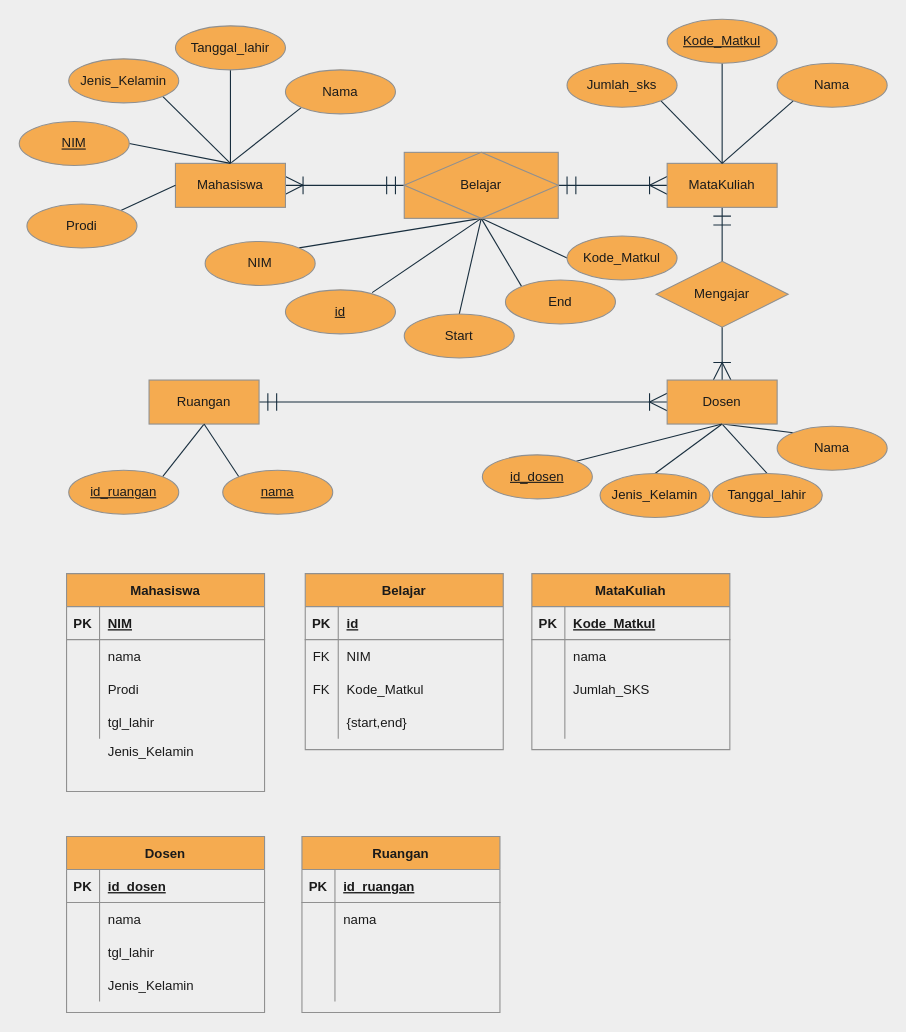
Above: P1/perkuliahan1.drawio in nanwp/BasDat (draw.io), before the change. Source tidied: cells renumbered, new cells numbered last; positions are measured from the earlier drawing's top-left corner, leaving out a move shared by most shapes. Both pictures are drawn from the tidied source at 110%, with x=0, y=0 at pixel (19, 19).
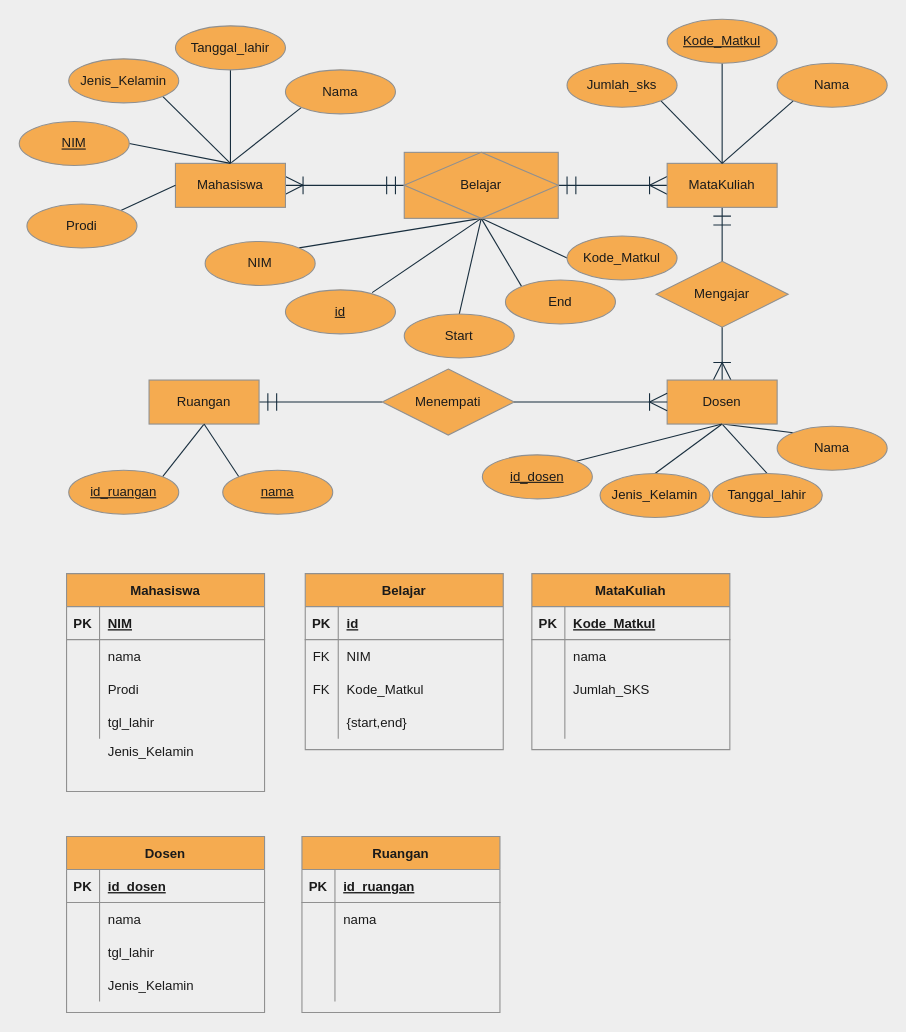
The same diagram, later.

Unchanged cells that the change refers to:
```xml
<mxCell id="18" value="Dosen" style="whiteSpace=wrap;html=1;align=center;hachureGap=4;fontColor=#1A1A1A;strokeColor=#909090;fillColor=#F5AB50;" parent="1" vertex="1">
  <mxGeometry x="589" y="328" width="100" height="40" as="geometry" />
</mxCell>
<mxCell id="44" value="Ruangan" style="whiteSpace=wrap;html=1;align=center;hachureGap=4;fontColor=#1A1A1A;strokeColor=#909090;fillColor=#F5AB50;" parent="1" vertex="1">
  <mxGeometry x="118" y="328" width="100" height="40" as="geometry" />
</mxCell>
```

Diff of the diagram source:
```diff
@@
-    <mxCell id="17" style="edgeStyle=none;curved=1;rounded=0;jettySize=auto;html=1;exitX=0;exitY=0.5;exitDx=0;exitDy=0;entryX=1;entryY=0.5;entryDx=0;entryDy=0;fontColor=#1A1A1A;startArrow=ERoneToMany;startFill=0;endArrow=ERmandOne;endFill=0;startSize=14;endSize=14;sourcePerimeterSpacing=8;targetPerimeterSpacing=8;strokeColor=#182E3E;" parent="1" edge="1" source="18" target="44">
+    <mxCell id="17" style="edgeStyle=none;curved=1;rounded=0;jettySize=auto;html=1;exitX=0;exitY=0.5;exitDx=0;exitDy=0;entryX=1;entryY=0.5;entryDx=0;entryDy=0;fontColor=#1A1A1A;startArrow=none;startFill=0;endArrow=ERmandOne;endFill=0;startSize=14;endSize=14;targetPerimeterSpacing=8;strokeColor=#182E3E;" parent="1" edge="1" source="116" target="44">
       <mxGeometry relative="1" as="geometry" />
     </mxCell>
@@
+    <mxCell id="116" value="Menempati" style="shape=rhombus;perimeter=rhombusPerimeter;whiteSpace=wrap;html=1;align=center;hachureGap=4;fontColor=#1A1A1A;strokeColor=#909090;fillColor=#F5AB50;" parent="1" vertex="1">
+      <mxGeometry x="330" y="318" width="120" height="60" as="geometry" />
+    </mxCell>
+    <mxCell id="117" style="edgeStyle=none;curved=1;rounded=0;jettySize=auto;html=1;exitX=0;exitY=0.5;exitDx=0;exitDy=0;entryX=1;entryY=0.5;entryDx=0;entryDy=0;fontColor=#1A1A1A;startArrow=ERoneToMany;startFill=0;endArrow=none;endFill=0;startSize=14;endSize=14;sourcePerimeterSpacing=8;strokeColor=#182E3E;" parent="1" edge="1" source="18" target="116">
+      <mxGeometry relative="1" as="geometry" />
+    </mxCell>
```
